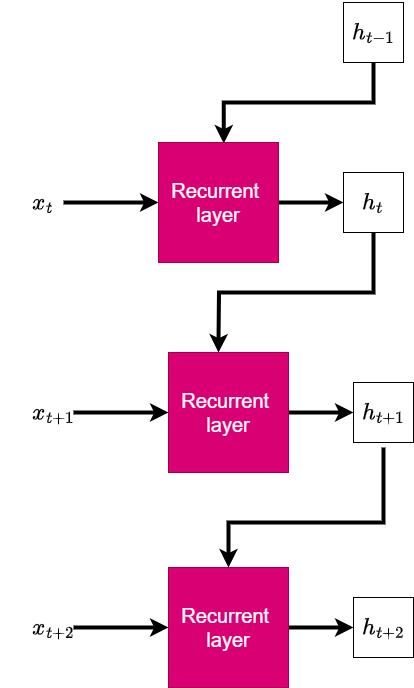
This is images/recurrent_layer.drawio.png from dsman1823/master_thesis_backtesting, a draw.io export, as it was before one commit. Source tidied: cells renumbered, new cells last; positions are measured from the earlier drawing's top-left corner, leaving out a move shared by most shapes.
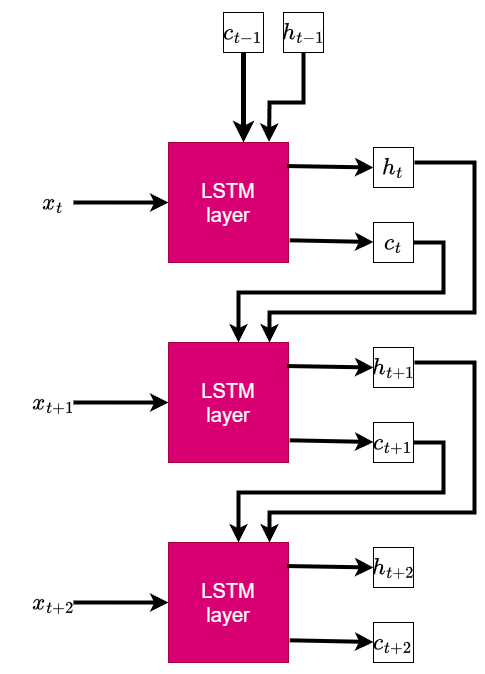
The same diagram one commit later.

What changed in the source:
```diff
@@ -2,15 +2,7 @@
   <root>
     <mxCell id="0" />
     <mxCell id="1" parent="0" />
-    <mxCell id="2" value="(n, 250)&amp;nbsp;" style="endArrow=classic;html=1;rounded=0;strokeWidth=4;fontSize=20;exitX=1;exitY=0.5;exitDx=0;exitDy=0;entryX=0;entryY=0.5;entryDx=0;entryDy=0;" parent="1" edge="1" target="x">
-      <mxGeometry relative="1" as="geometry">
-        <mxPoint x="350" y="80" as="sourcePoint" />
-      </mxGeometry>
-    </mxCell>
-    <mxCell id="3" style="edgeStyle=orthogonalEdgeStyle;rounded=0;jettySize=auto;html=1;strokeWidth=4;" parent="1" edge="1" source="4" target="6">
-      <mxGeometry relative="1" as="geometry" />
-    </mxCell>
-    <mxCell id="4" value="&lt;font style=&quot;font-size: 20px;&quot;&gt;Recurrent&amp;nbsp;&lt;/font&gt;&lt;div&gt;&lt;font style=&quot;font-size: 20px;&quot;&gt;layer&lt;/font&gt;&lt;/div&gt;" style="whiteSpace=wrap;html=1;fillColor=#d80073;strokeColor=#A50040;fontColor=#ffffff;" parent="1" vertex="1">
+    <mxCell id="4" value="&lt;span style=&quot;font-size: 20px;&quot;&gt;LSTM&lt;/span&gt;&lt;div&gt;&lt;span style=&quot;font-size: 20px;&quot;&gt;layer&lt;/span&gt;&lt;/div&gt;" style="whiteSpace=wrap;html=1;fillColor=#d80073;strokeColor=#A50040;fontColor=#ffffff;" parent="1" vertex="1">
       <mxGeometry x="145" y="140" width="120" height="120" as="geometry" />
     </mxCell>
     <mxCell id="5" style="endArrow=classic;html=1;rounded=0;entryX=0;entryY=0.5;entryDx=0;entryDy=0;strokeWidth=4;" parent="1" edge="1" target="4">
@@ -18,66 +10,136 @@
         <mxPoint x="50" y="200" as="sourcePoint" />
       </mxGeometry>
     </mxCell>
-    <mxCell id="6" value="$$h_t$$" style="whiteSpace=wrap;html=1;fontSize=20;" parent="1" vertex="1">
-      <mxGeometry x="330" y="170" width="60" height="60" as="geometry" />
-    </mxCell>
     <mxCell id="7" value="$$x_t$$" style="text;html=1;align=center;verticalAlign=middle;whiteSpace=wrap;rounded=0;fontSize=20;" parent="1" vertex="1">
       <mxGeometry y="185" width="60" height="30" as="geometry" />
     </mxCell>
-    <mxCell id="8" value="$$h_{t-1}$$" style="whiteSpace=wrap;html=1;fontSize=20;" parent="1" vertex="1">
-      <mxGeometry x="330" width="60" height="60" as="geometry" />
+    <mxCell id="8" value="$$h_{t}$$" style="whiteSpace=wrap;html=1;fontSize=20;" parent="1" vertex="1">
+      <mxGeometry x="350" y="145" width="40" height="40" as="geometry" />
     </mxCell>
-    <mxCell id="9" style="edgeStyle=orthogonalEdgeStyle;rounded=0;jettySize=auto;html=1;strokeWidth=4;exitX=0.5;exitY=1;exitDx=0;exitDy=0;entryX=0.5;entryY=0;entryDx=0;entryDy=0;" parent="1" edge="1" source="6">
-      <mxGeometry relative="1" as="geometry">
-        <mxPoint x="205" y="350" as="targetPoint" />
-      </mxGeometry>
-    </mxCell>
-    <mxCell id="10" style="edgeStyle=orthogonalEdgeStyle;rounded=0;jettySize=auto;html=1;strokeWidth=4;" parent="1" edge="1" source="11" target="13">
-      <mxGeometry relative="1" as="geometry" />
-    </mxCell>
-    <mxCell id="11" value="&lt;font style=&quot;font-size: 20px;&quot;&gt;Recurrent&amp;nbsp;&lt;/font&gt;&lt;div&gt;&lt;font style=&quot;font-size: 20px;&quot;&gt;layer&lt;/font&gt;&lt;/div&gt;" style="whiteSpace=wrap;html=1;fillColor=#d80073;strokeColor=#A50040;fontColor=#ffffff;" parent="1" vertex="1">
-      <mxGeometry x="155" y="350" width="120" height="120" as="geometry" />
-    </mxCell>
-    <mxCell id="12" style="endArrow=classic;html=1;rounded=0;entryX=0;entryY=0.5;entryDx=0;entryDy=0;strokeWidth=4;" parent="1" edge="1" target="11">
-      <mxGeometry relative="1" as="geometry">
-        <mxPoint x="60" y="410" as="sourcePoint" />
-      </mxGeometry>
-    </mxCell>
+    <mxCell id="20" style="edgeStyle=orthogonalEdgeStyle;rounded=0;orthogonalLoop=1;jettySize=auto;html=1;strokeWidth=4;entryX=0.75;entryY=0;entryDx=0;entryDy=0;exitX=1;exitY=0.5;exitDx=0;exitDy=0;" parent="1" edge="1">
+      <mxGeometry relative="1" as="geometry">
+        <mxPoint x="391" y="160" as="sourcePoint" />
+        <mxPoint x="246" y="340" as="targetPoint" />
+        <Array as="points">
+          <mxPoint x="451" y="160" />
+          <mxPoint x="451" y="310" />
+          <mxPoint x="246" y="310" />
+        </Array>
+      </mxGeometry>
+    </mxCell>
+    <mxCell id="22" value="$$c_{t}$$" style="whiteSpace=wrap;html=1;fontSize=20;" parent="1" vertex="1">
+      <mxGeometry x="350" y="220" width="40" height="40" as="geometry" />
+    </mxCell>
+    <mxCell id="23" style="edgeStyle=orthogonalEdgeStyle;rounded=0;jettySize=auto;html=1;strokeWidth=4;exitX=1;exitY=0.5;exitDx=0;exitDy=0;" parent="1" edge="1" source="22">
+      <mxGeometry relative="1" as="geometry">
+        <mxPoint x="215" y="340" as="targetPoint" />
+        <Array as="points">
+          <mxPoint x="420" y="240" />
+          <mxPoint x="420" y="290" />
+          <mxPoint x="215" y="290" />
+        </Array>
+      </mxGeometry>
+    </mxCell>
+    <mxCell id="24" style="endArrow=classic;html=1;rounded=0;entryX=0;entryY=0.5;entryDx=0;entryDy=0;exitX=0.986;exitY=0.196;exitDx=0;exitDy=0;strokeWidth=4;exitPerimeter=0;" parent="1" edge="1" source="4" target="8">
+      <mxGeometry relative="1" as="geometry" />
+    </mxCell>
+    <mxCell id="25" style="endArrow=classic;html=1;rounded=0;entryX=-0.039;entryY=0.604;entryDx=0;entryDy=0;entryPerimeter=0;exitX=1.01;exitY=0.815;exitDx=0;exitDy=0;strokeWidth=4;exitPerimeter=0;" parent="1" edge="1" source="4">
+      <mxGeometry relative="1" as="geometry">
+        <mxPoint x="350" y="239.5" as="targetPoint" />
+      </mxGeometry>
+    </mxCell>
+    <mxCell id="26" value="&lt;span style=&quot;font-size: 20px;&quot;&gt;LSTM&lt;/span&gt;&lt;div&gt;&lt;span style=&quot;font-size: 20px;&quot;&gt;layer&lt;/span&gt;&lt;/div&gt;" style="whiteSpace=wrap;html=1;fillColor=#d80073;strokeColor=#A50040;fontColor=#ffffff;" parent="1" vertex="1">
+      <mxGeometry x="145" y="340" width="120" height="120" as="geometry" />
+    </mxCell>
+    <mxCell id="27" style="endArrow=classic;html=1;rounded=0;entryX=0;entryY=0.5;entryDx=0;entryDy=0;strokeWidth=4;" parent="1" edge="1" target="26">
+      <mxGeometry relative="1" as="geometry">
+        <mxPoint x="50" y="400" as="sourcePoint" />
+      </mxGeometry>
+    </mxCell>
+    <mxCell id="14" value="$$x_{t+1}$$" style="text;html=1;align=center;verticalAlign=middle;whiteSpace=wrap;rounded=0;fontSize=20;" parent="1" vertex="1">
+      <mxGeometry y="385" width="60" height="30" as="geometry" />
+    </mxCell>
     <mxCell id="13" value="$$h_{t+1}$$" style="whiteSpace=wrap;html=1;fontSize=20;" parent="1" vertex="1">
-      <mxGeometry x="340" y="380" width="60" height="60" as="geometry" />
+      <mxGeometry x="350" y="345" width="40" height="40" as="geometry" />
     </mxCell>
-    <mxCell id="14" value="$$x_{t+1}$$" style="text;html=1;align=center;verticalAlign=middle;whiteSpace=wrap;rounded=0;fontSize=20;" parent="1" vertex="1">
-      <mxGeometry x="10" y="395" width="60" height="30" as="geometry" />
-    </mxCell>
-    <mxCell id="15" style="edgeStyle=orthogonalEdgeStyle;rounded=0;jettySize=auto;html=1;strokeWidth=4;" parent="1" edge="1" source="16" target="18">
-      <mxGeometry relative="1" as="geometry" />
-    </mxCell>
-    <mxCell id="16" value="&lt;font style=&quot;font-size: 20px;&quot;&gt;Recurrent&amp;nbsp;&lt;/font&gt;&lt;div&gt;&lt;font style=&quot;font-size: 20px;&quot;&gt;layer&lt;/font&gt;&lt;/div&gt;" style="whiteSpace=wrap;html=1;fillColor=#d80073;strokeColor=#A50040;fontColor=#ffffff;" parent="1" vertex="1">
-      <mxGeometry x="155" y="565" width="120" height="120" as="geometry" />
-    </mxCell>
-    <mxCell id="17" style="endArrow=classic;html=1;rounded=0;entryX=0;entryY=0.5;entryDx=0;entryDy=0;strokeWidth=4;" parent="1" edge="1" target="16">
-      <mxGeometry relative="1" as="geometry">
-        <mxPoint x="60" y="625" as="sourcePoint" />
-      </mxGeometry>
-    </mxCell>
+    <mxCell id="28" style="edgeStyle=orthogonalEdgeStyle;rounded=0;orthogonalLoop=1;jettySize=auto;html=1;strokeWidth=4;entryX=0.75;entryY=0;entryDx=0;entryDy=0;exitX=1;exitY=0.5;exitDx=0;exitDy=0;" parent="1" edge="1">
+      <mxGeometry relative="1" as="geometry">
+        <mxPoint x="391" y="360" as="sourcePoint" />
+        <mxPoint x="246" y="540" as="targetPoint" />
+        <Array as="points">
+          <mxPoint x="451" y="360" />
+          <mxPoint x="451" y="510" />
+          <mxPoint x="246" y="510" />
+        </Array>
+      </mxGeometry>
+    </mxCell>
+    <mxCell id="29" value="$$c_{t+1}$$" style="whiteSpace=wrap;html=1;fontSize=20;" parent="1" vertex="1">
+      <mxGeometry x="350" y="420" width="40" height="40" as="geometry" />
+    </mxCell>
+    <mxCell id="30" style="edgeStyle=orthogonalEdgeStyle;rounded=0;jettySize=auto;html=1;strokeWidth=4;exitX=1;exitY=0.5;exitDx=0;exitDy=0;" parent="1" edge="1" source="29">
+      <mxGeometry relative="1" as="geometry">
+        <mxPoint x="215" y="540" as="targetPoint" />
+        <Array as="points">
+          <mxPoint x="420" y="440" />
+          <mxPoint x="420" y="490" />
+          <mxPoint x="215" y="490" />
+        </Array>
+      </mxGeometry>
+    </mxCell>
+    <mxCell id="31" style="endArrow=classic;html=1;rounded=0;entryX=0;entryY=0.5;entryDx=0;entryDy=0;exitX=0.986;exitY=0.196;exitDx=0;exitDy=0;strokeWidth=4;exitPerimeter=0;" parent="1" edge="1" source="26" target="13">
+      <mxGeometry relative="1" as="geometry" />
+    </mxCell>
+    <mxCell id="32" style="endArrow=classic;html=1;rounded=0;entryX=-0.039;entryY=0.604;entryDx=0;entryDy=0;entryPerimeter=0;exitX=1.01;exitY=0.815;exitDx=0;exitDy=0;strokeWidth=4;exitPerimeter=0;" parent="1" edge="1" source="26">
+      <mxGeometry relative="1" as="geometry">
+        <mxPoint x="350" y="439.5" as="targetPoint" />
+      </mxGeometry>
+    </mxCell>
+    <mxCell id="33" value="&lt;span style=&quot;font-size: 20px;&quot;&gt;LSTM&lt;/span&gt;&lt;div&gt;&lt;span style=&quot;font-size: 20px;&quot;&gt;layer&lt;/span&gt;&lt;/div&gt;" style="whiteSpace=wrap;html=1;fillColor=#d80073;strokeColor=#A50040;fontColor=#ffffff;" parent="1" vertex="1">
+      <mxGeometry x="145" y="540" width="120" height="120" as="geometry" />
+    </mxCell>
+    <mxCell id="34" style="endArrow=classic;html=1;rounded=0;entryX=0;entryY=0.5;entryDx=0;entryDy=0;strokeWidth=4;" parent="1" edge="1" target="33">
+      <mxGeometry relative="1" as="geometry">
+        <mxPoint x="50" y="600" as="sourcePoint" />
+      </mxGeometry>
+    </mxCell>
+    <mxCell id="19" value="$$x_{t+2}$$" style="text;html=1;align=center;verticalAlign=middle;whiteSpace=wrap;rounded=0;fontSize=20;" parent="1" vertex="1">
+      <mxGeometry y="585" width="60" height="30" as="geometry" />
+    </mxCell>
     <mxCell id="18" value="$$h_{t+2}$$" style="whiteSpace=wrap;html=1;fontSize=20;" parent="1" vertex="1">
-      <mxGeometry x="340" y="595" width="60" height="60" as="geometry" />
+      <mxGeometry x="350" y="545" width="40" height="40" as="geometry" />
     </mxCell>
-    <mxCell id="19" value="$$x_{t+2}$$" style="text;html=1;align=center;verticalAlign=middle;whiteSpace=wrap;rounded=0;fontSize=20;" parent="1" vertex="1">
-      <mxGeometry x="10" y="610" width="60" height="30" as="geometry" />
-    </mxCell>
-    <mxCell id="20" style="edgeStyle=orthogonalEdgeStyle;rounded=0;jettySize=auto;html=1;strokeWidth=4;exitX=0.5;exitY=1;exitDx=0;exitDy=0;entryX=0.544;entryY=0.008;entryDx=0;entryDy=0;entryPerimeter=0;" parent="1" edge="1" source="8" target="4">
-      <mxGeometry relative="1" as="geometry" />
-    </mxCell>
-    <mxCell id="21" style="edgeStyle=orthogonalEdgeStyle;rounded=0;orthogonalLoop=1;jettySize=auto;html=1;strokeWidth=4;exitX=0.5;exitY=1;exitDx=0;exitDy=0;entryX=0.5;entryY=0;entryDx=0;entryDy=0;" parent="1" edge="1">
-      <mxGeometry relative="1" as="geometry">
-        <mxPoint x="370" y="445" as="sourcePoint" />
-        <mxPoint x="215" y="565" as="targetPoint" />
-        <Array as="points">
-          <mxPoint x="370" y="520" />
-          <mxPoint x="215" y="520" />
-        </Array>
-      </mxGeometry>
-    </mxCell>
+    <mxCell id="35" value="$$c_{t+2}$$" style="whiteSpace=wrap;html=1;fontSize=20;" parent="1" vertex="1">
+      <mxGeometry x="350" y="620" width="40" height="40" as="geometry" />
+    </mxCell>
+    <mxCell id="36" style="endArrow=classic;html=1;rounded=0;entryX=0;entryY=0.5;entryDx=0;entryDy=0;exitX=0.986;exitY=0.196;exitDx=0;exitDy=0;strokeWidth=4;exitPerimeter=0;" parent="1" edge="1" source="33" target="18">
+      <mxGeometry relative="1" as="geometry" />
+    </mxCell>
+    <mxCell id="37" style="endArrow=classic;html=1;rounded=0;entryX=-0.039;entryY=0.604;entryDx=0;entryDy=0;entryPerimeter=0;exitX=1.01;exitY=0.815;exitDx=0;exitDy=0;strokeWidth=4;exitPerimeter=0;" parent="1" edge="1" source="33">
+      <mxGeometry relative="1" as="geometry">
+        <mxPoint x="350" y="639.5" as="targetPoint" />
+      </mxGeometry>
+    </mxCell>
+    <mxCell id="38" style="edgeStyle=orthogonalEdgeStyle;rounded=0;jettySize=auto;html=1;" parent="1" edge="1" source="x">
+      <mxGeometry relative="1" as="geometry">
+        <mxPoint x="140" as="targetPoint" />
+      </mxGeometry>
+    </mxCell>
+    <mxCell id="39" value="$$h_{t-1}$$" style="whiteSpace=wrap;html=1;fontSize=20;" parent="1" vertex="1">
+      <mxGeometry x="260" y="10" width="40" height="40" as="geometry" />
+    </mxCell>
+    <mxCell id="40" value="$$c_{t-1}$$" style="whiteSpace=wrap;html=1;fontSize=20;" parent="1" vertex="1">
+      <mxGeometry x="200" y="10" width="40" height="40" as="geometry" />
+    </mxCell>
+    <mxCell id="41" style="endArrow=classic;html=1;rounded=0;exitX=0.5;exitY=1;exitDx=0;exitDy=0;entryX=0.625;entryY=0;entryDx=0;entryDy=0;entryPerimeter=0;strokeWidth=5;" parent="1" edge="1" source="40" target="4">
+      <mxGeometry relative="1" as="geometry" />
+    </mxCell>
+    <mxCell id="42" style="endArrow=classic;html=1;rounded=0;exitX=0.5;exitY=1;exitDx=0;exitDy=0;entryX=0.838;entryY=-0.005;entryDx=0;entryDy=0;entryPerimeter=0;strokeWidth=4;" parent="1" edge="1" source="39" target="4">
+      <mxGeometry relative="1" as="geometry">
+        <Array as="points">
+          <mxPoint x="280" y="100" />
+          <mxPoint x="246" y="100" />
+        </Array>
+      </mxGeometry>
+    </mxCell>
   </root>
 </mxGraphModel>
```
